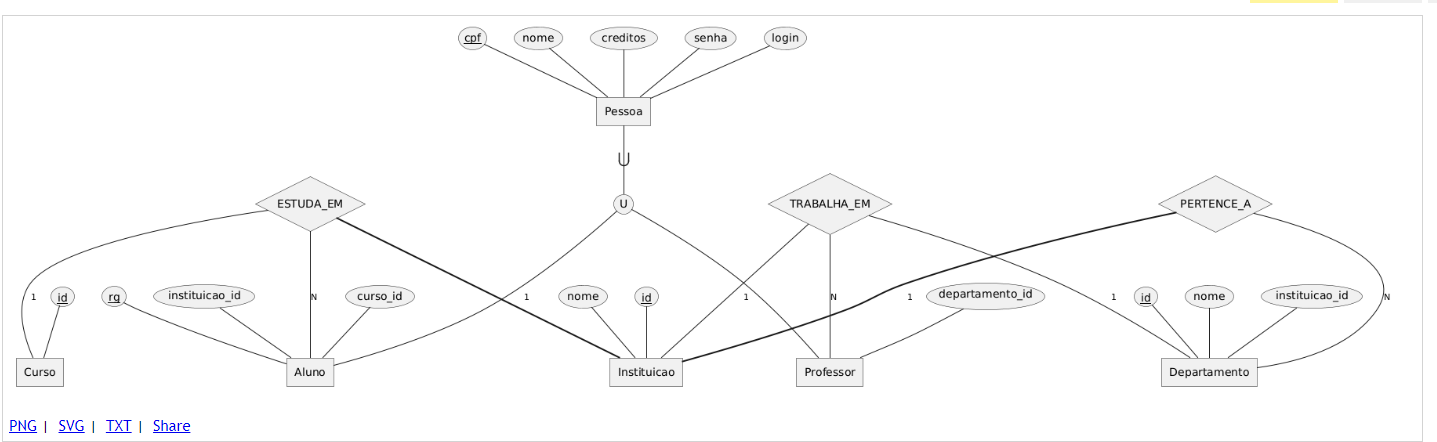
The PlantUML diagram Projeto/Diagrama de Entidade e Relacionamento/diagramaER.png in lucasxae/Coin-System, before a commit. Its source is kept beside it as Projeto/Diagrama de Entidade e Relacionamento/diagramaER.puml.
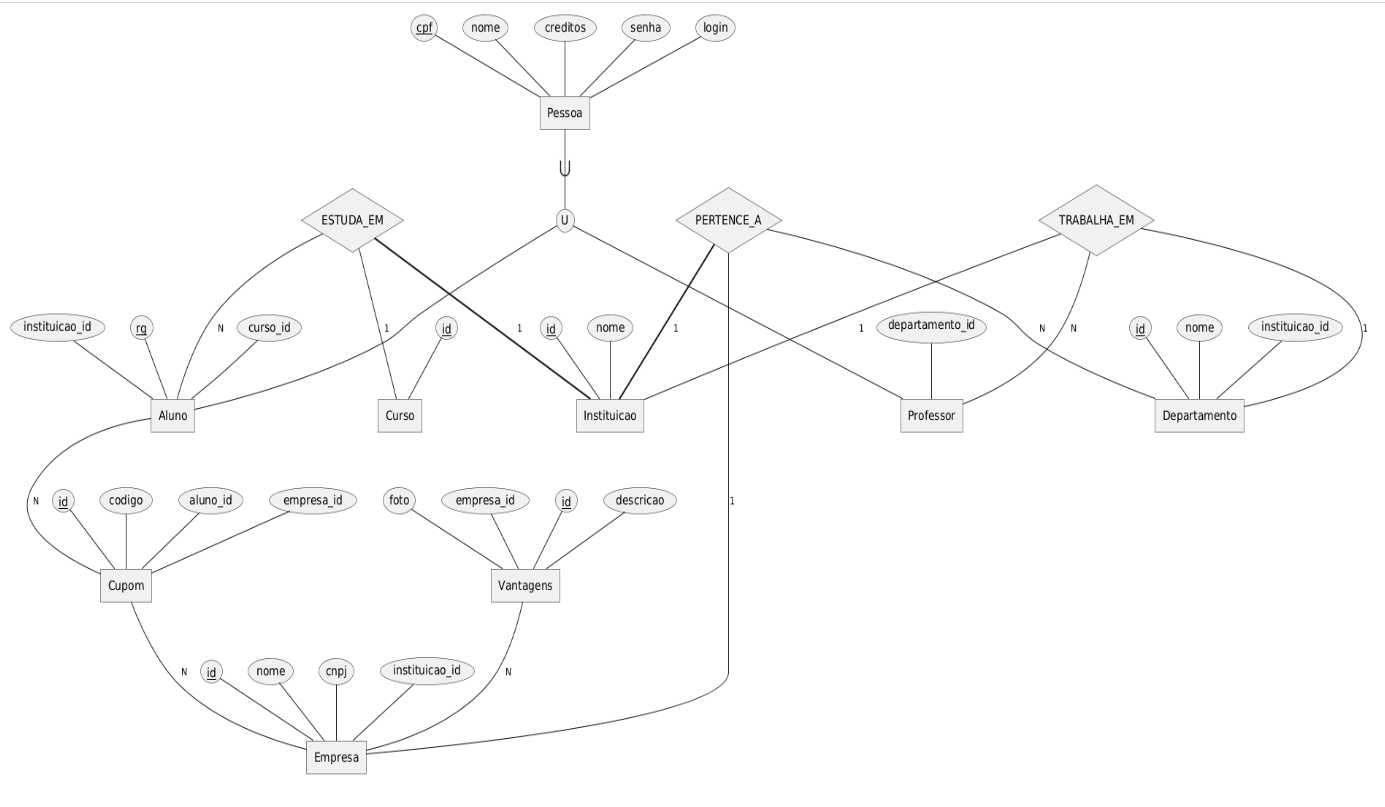
Later version of the same file.

What changed in the source:
```diff
@@ -32,6 +32,27 @@
   instituicao_id
 }
 
+entity Cupom {
+    id <<key>>
+    codigo
+    aluno_id
+    empresa_id
+  }
+
+entity Empresa {
+    id <<key>>
+    nome
+    cnpj
+    instituicao_id
+  }
+
+entity Vantagens {
+    id <<key>>
+    descricao
+    foto
+    empresa_id
+  }
+
 relationship ESTUDA_EM {
 }
 
@@ -47,11 +68,15 @@
 
 PERTENCE_A =1= Instituicao
 PERTENCE_A -N- Departamento
+PERTENCE_A -1- Empresa
 
 TRABALHA_EM -1- Departamento
 TRABALHA_EM -N- Professor
 TRABALHA_EM -1- Instituicao
 
+Vantagens -N- Empresa
+Cupom -N- Empresa
+Aluno -N- Cupom
 Pessoa ->- U { Aluno, Professor }
 
 @endchen
```
